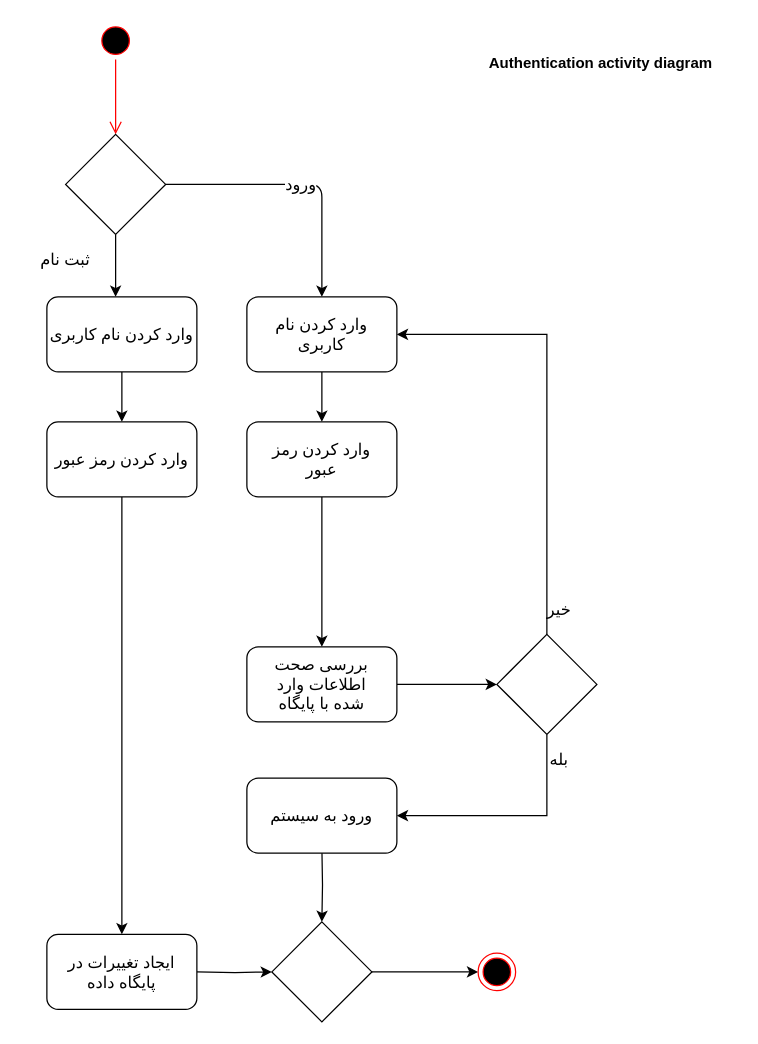
The draw.io diagram Docs./ActivityDiagram-Auth.drawio in ShadiMe-flutter/Workout, before the edit. Source tidied: cells renumbered, new cells numbered last; positions are measured from the earlier drawing's top-left corner, leaving out a move shared by most shapes. Both pictures are drawn from the tidied source at 125%, with x=0, y=0 at pixel (21, 21).
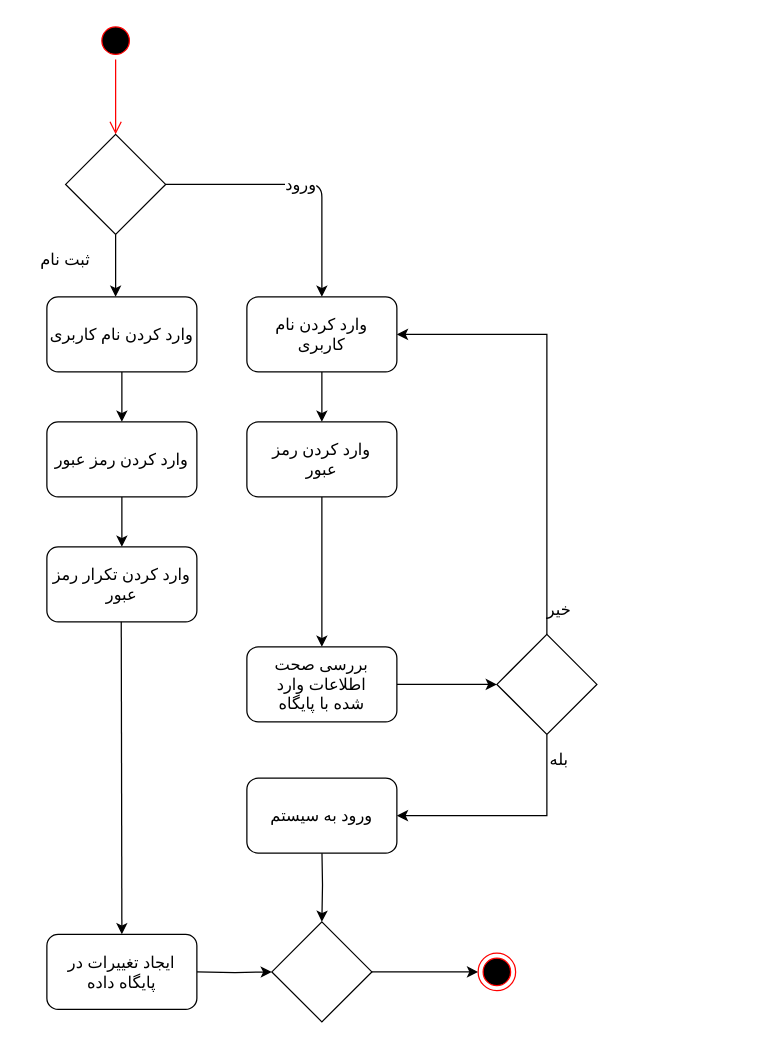
Above is the later version.

The change refers to these unchanged cells:
```xml
<mxCell id="7" value="&lt;font face=&quot;B Zar&quot; style=&quot;font-size: 13px&quot;&gt;وارد کردن رمز عبور&lt;/font&gt;" style="rounded=1;whiteSpace=wrap;html=1;" parent="1" vertex="1">
  <mxGeometry x="20" y="320" width="120" height="60" as="geometry" />
</mxCell>
<mxCell id="33" value="&lt;font face=&quot;B Zar&quot; style=&quot;font-size: 13px&quot;&gt;ایجاد تغییرات در پایگاه داده&lt;/font&gt;" style="rounded=1;whiteSpace=wrap;html=1;" parent="1" vertex="1">
  <mxGeometry x="20" y="730" width="120" height="60" as="geometry" />
</mxCell>
```

Diff of the diagram source:
```diff
@@
     <mxCell id="8" style="edgeStyle=orthogonalEdgeStyle;rounded=0;jettySize=auto;html=1;exitX=0.5;exitY=1;exitDx=0;exitDy=0;" parent="1" edge="1" source="7">
       <mxGeometry relative="1" as="geometry">
-        <mxPoint x="80" y="730" as="targetPoint" />
+        <mxPoint x="80" y="420" as="targetPoint" />
       </mxGeometry>
     </mxCell>
@@
-    <mxCell id="32" value="&lt;b&gt;Authentication activity diagram&lt;/b&gt;" style="text;html=1;align=left;verticalAlign=top;spacingTop=-4;" parent="1" vertex="1">
-      <mxGeometry x="372" y="23" width="200" height="20" as="geometry" />
-    </mxCell>
@@
+    <mxCell id="34" value="&lt;font face=&quot;B Zar&quot; style=&quot;font-size: 13px&quot;&gt;وارد کردن تکرار رمز عبور&lt;/font&gt;" style="rounded=1;whiteSpace=wrap;html=1;" parent="1" vertex="1">
+      <mxGeometry x="20" y="420" width="120" height="60" as="geometry" />
+    </mxCell>
+    <mxCell id="35" style="edgeStyle=orthogonalEdgeStyle;rounded=0;jettySize=auto;html=1;entryX=0.5;entryY=0;entryDx=0;entryDy=0;" parent="1" edge="1" target="33">
+      <mxGeometry relative="1" as="geometry">
+        <mxPoint x="79.5" y="480" as="sourcePoint" />
+      </mxGeometry>
+    </mxCell>
```
